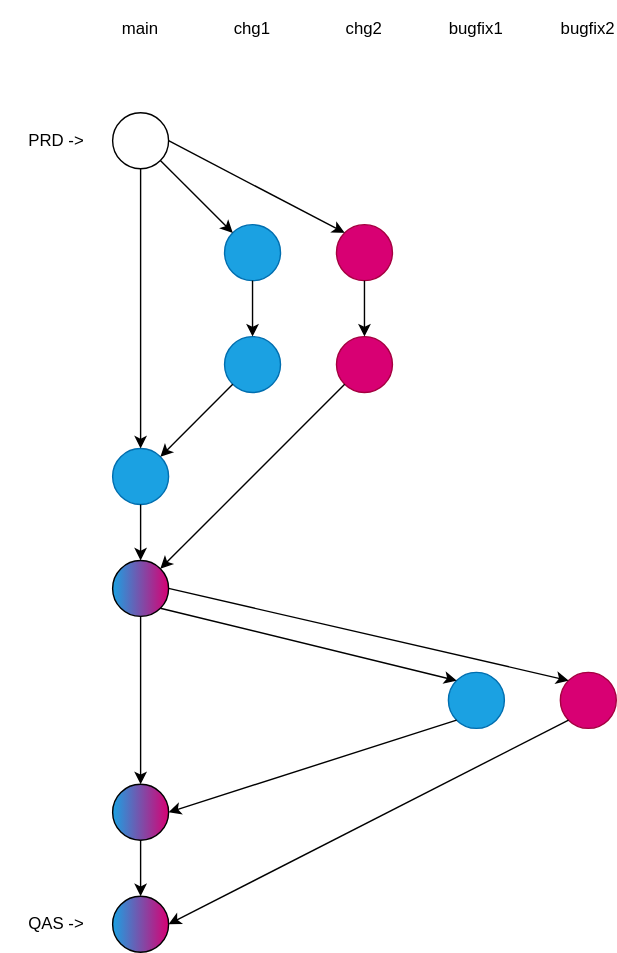
The draw.io diagram bugfixed.drawio.svg in larshp/two-alv-reports, before a commit. Source tidied: cells renumbered, new cells last; positions are measured from the earlier drawing's top-left corner, leaving out a move shared by most shapes.
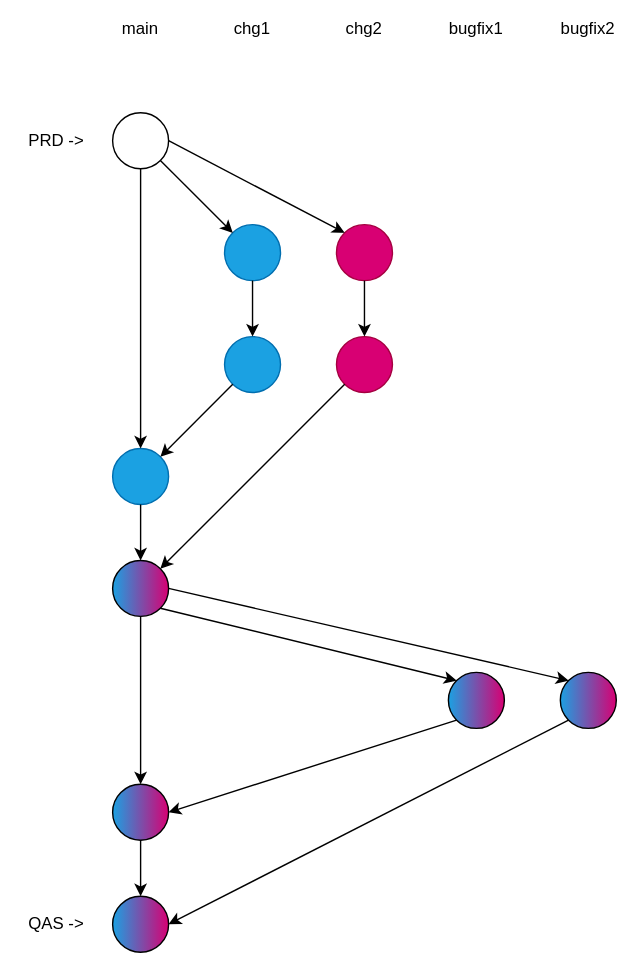
Later version of the same file.

What changed in the source:
```diff
@@ -62,10 +62,10 @@
     <mxCell id="21" value="bugfix2" style="text;html=1;strokeColor=none;fillColor=none;align=center;verticalAlign=middle;whiteSpace=wrap;rounded=0;" parent="1" vertex="1">
       <mxGeometry x="400" width="40" height="40" as="geometry" />
     </mxCell>
-    <mxCell id="22" style="ellipse;whiteSpace=wrap;html=1;fillColor=#1ba1e2;fontColor=#ffffff;strokeColor=#006EAF;" parent="1" vertex="1">
+    <mxCell id="22" style="ellipse;whiteSpace=wrap;html=1;fillColor=#D80073;fontColor=default;strokeColor=default;gradientColor=#1BA1E2;gradientDirection=west;" parent="1" vertex="1">
       <mxGeometry x="320" y="480" width="40" height="40" as="geometry" />
     </mxCell>
-    <mxCell id="23" style="ellipse;whiteSpace=wrap;html=1;fillColor=#d80073;fontColor=#ffffff;strokeColor=#A50040;" parent="1" vertex="1">
+    <mxCell id="23" style="ellipse;whiteSpace=wrap;html=1;fillColor=#D80073;fontColor=default;strokeColor=default;gradientColor=#1BA1E2;gradientDirection=west;" parent="1" vertex="1">
       <mxGeometry x="400" y="480" width="40" height="40" as="geometry" />
     </mxCell>
     <mxCell id="24" style="endArrow=classic;html=1;exitX=1;exitY=1;exitDx=0;exitDy=0;entryX=0;entryY=0;entryDx=0;entryDy=0;" parent="1" edge="1" source="16" target="22">
```
